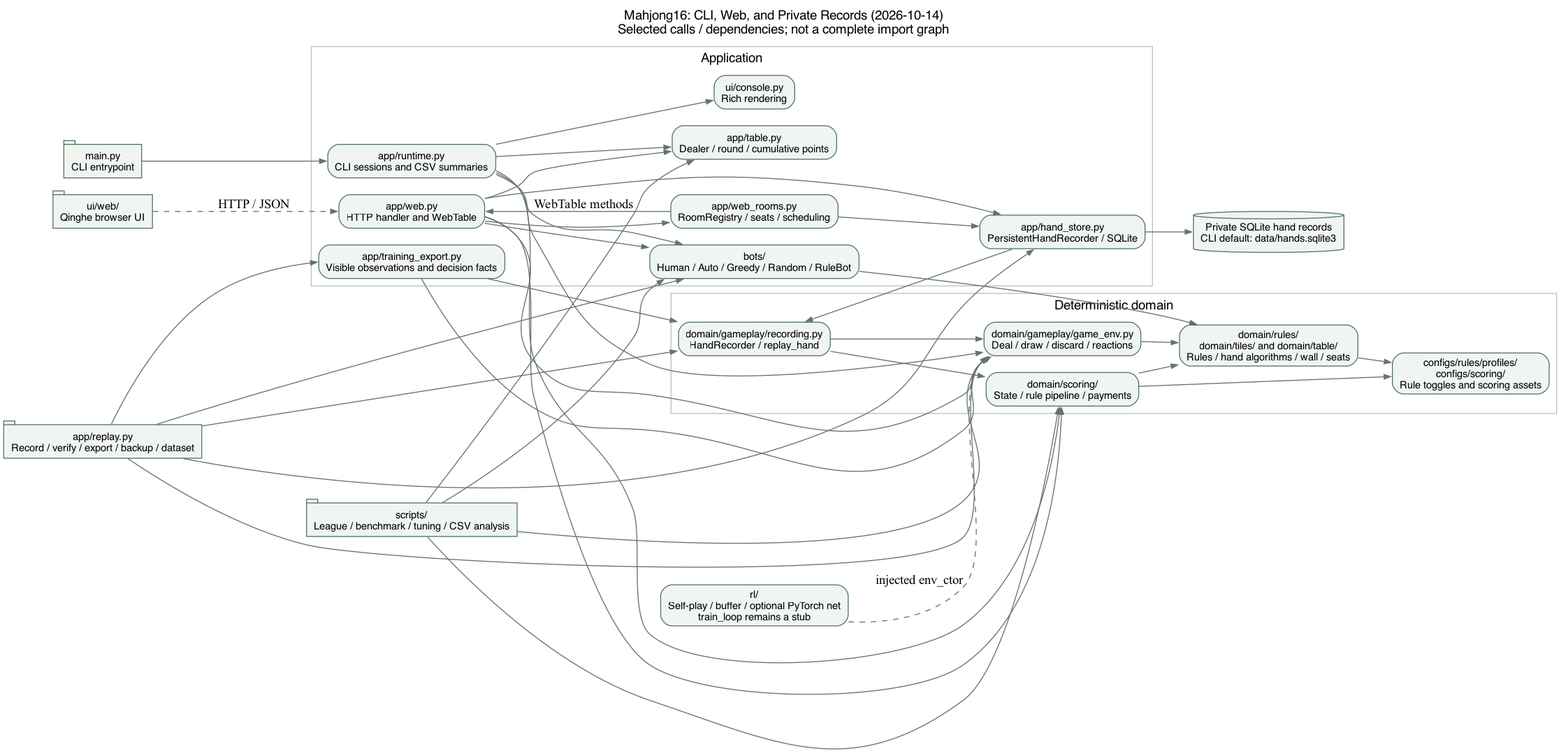
Before: docs/architecture/diagram.png, a diagram exported from Graphviz (yuweiiihuang/mahjong16). Its source is kept beside it as docs/architecture/diagram.gv.
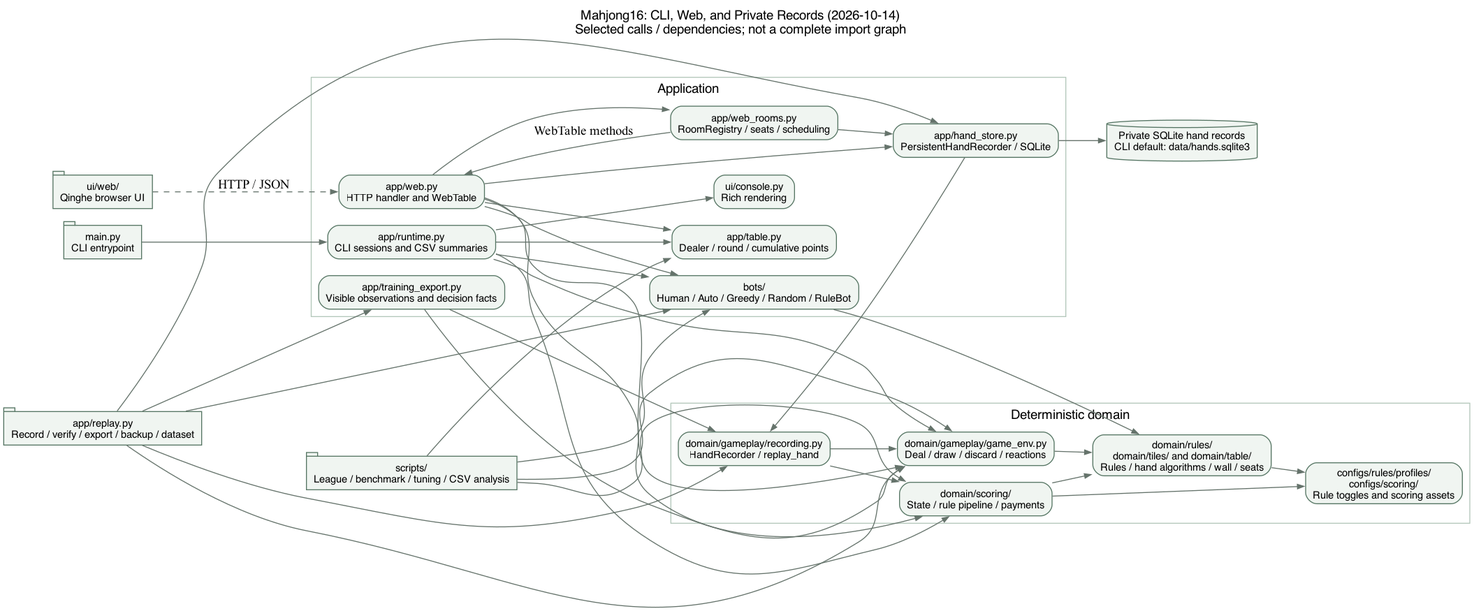
After the commit.

Change to the diagram source:
```diff
@@ -29,7 +29,6 @@
         recording [label="domain/gameplay/recording.py\nHandRecorder / replay_hand"];
         configs [label="configs/rules/profiles/\nconfigs/scoring/\nRule toggles and scoring assets"];
     }
-    rl [label="rl/\nSelf-play / buffer / optional PyTorch net\ntrain_loop remains a stub"];
     sqlite [label="Private SQLite hand records\nCLI default: data/hands.sqlite3", shape=cylinder];
 
     cli -> runtime;
@@ -48,5 +47,4 @@
     rules -> configs;
     bots -> rules;
     scripts -> {table bots env scoring};
-    rl -> env [label="injected env_ctor", style=dashed];
 }
```
